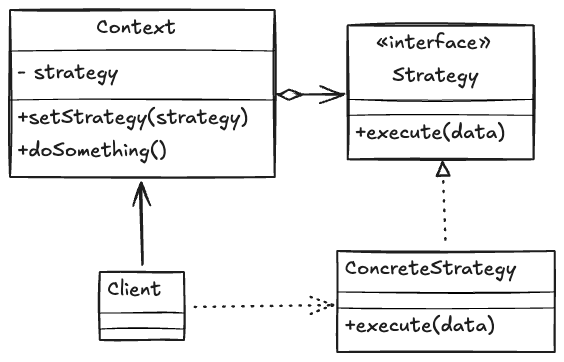
The Excalidraw diagram strategy.excalidraw.png in bjenning04/foam, before a commit. Source tidied: one line per element, renumbered; positions are measured from the earlier drawing's top-left corner, leaving out a move shared by most shapes.
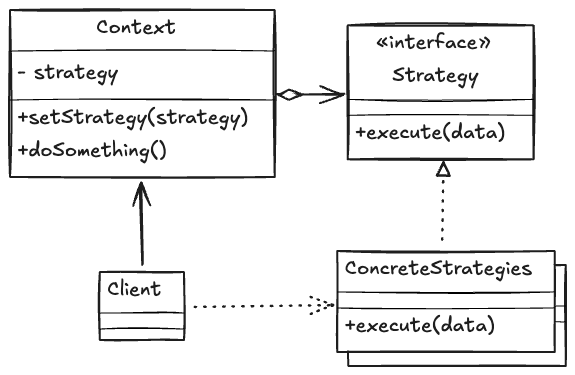
The same file after the commit.

Diff of the diagram source:
```diff
@@ -1,19 +1,24 @@
 {"id": 0, "type": "rectangle", "strokeColor": "#1e1e1e", "strokeWidth": 2, "roughness": 1, "x": 0, "y": 0, "width": 265, "height": 167}
 {"id": 1, "type": "rectangle", "strokeColor": "#1e1e1e", "strokeWidth": 2, "roughness": 1, "x": 338, "y": 15, "width": 186, "height": 134}
 {"id": 2, "type": "rectangle", "strokeColor": "#1e1e1e", "strokeWidth": 2, "roughness": 1, "x": 90, "y": 262, "width": 84, "height": 68}
+{"id": 26, "type": "rectangle", "strokeColor": "#1e1e1e", "strokeWidth": 2, "roughness": 1, "x": 338, "y": 255, "width": 217, "height": 101}
+{"id": 27, "type": "line", "strokeColor": "#000", "strokeWidth": 1, "roughness": 1, "x": 338, "y": 296, "width": 217, "height": 0, "points": [[0, 0], [217, 0]]}
+{"id": 28, "type": "line", "strokeColor": "#000", "strokeWidth": 1, "roughness": 1, "x": 338, "y": 312, "width": 217, "height": 0, "points": [[0, 0], [217, 0]]}
+{"id": 29, "type": "text", "text": "ConcreteStrategy", "strokeColor": "#1e1e1e", "strokeWidth": 2, "roughness": 1, "fontSize": 20, "fontFamily": 5, "verticalAlign": "middle", "x": 346, "y": 260, "width": 172, "height": 25}
+{"id": 30, "type": "text", "text": "+execute(data)", "strokeColor": "#1e1e1e", "strokeWidth": 2, "roughness": 1, "fontSize": 20, "fontFamily": 5, "verticalAlign": "middle", "x": 346, "y": 317, "width": 150, "height": 25}
-{"id": 3, "type": "rectangle", "strokeColor": "#1e1e1e", "strokeWidth": 2, "roughness": 1, "x": 327, "y": 241, "width": 217, "height": 101}
+{"id": 3, "type": "rectangle", "strokeColor": "#1e1e1e", "backgroundColor": "#ffffff", "fillStyle": "solid", "strokeWidth": 2, "roughness": 1, "x": 327, "y": 241, "width": 217, "height": 101}
 {"id": 4, "type": "line", "strokeColor": "#000", "strokeWidth": 1, "roughness": 1, "x": 0, "y": 41, "width": 265, "height": 0, "points": [[0, 0], [265, 0]]}
 {"id": 5, "type": "line", "strokeColor": "#000", "strokeWidth": 1, "roughness": 1, "x": 0, "y": 90, "width": 265, "height": 0, "points": [[0, 0], [265, 0]]}
 {"id": 6, "type": "line", "strokeColor": "#000", "strokeWidth": 1, "roughness": 1, "x": 338, "y": 89, "width": 186, "height": 0, "points": [[0, 0], [186, 0]]}
 {"id": 7, "type": "line", "strokeColor": "#000", "strokeWidth": 1, "roughness": 1, "x": 338, "y": 105, "width": 186, "height": 0, "points": [[0, 0], [186, 0]]}
 {"id": 8, "type": "line", "strokeColor": "#000", "strokeWidth": 1, "roughness": 1, "x": 90, "y": 303, "width": 84, "height": 0, "points": [[0, 0], [84, 0]]}
 {"id": 9, "type": "line", "strokeColor": "#000", "strokeWidth": 1, "roughness": 1, "x": 90, "y": 319, "width": 84, "height": 0, "points": [[0, 0], [84, 0]]}
-{"id": 10, "type": "line", "strokeColor": "#000", "strokeWidth": 1, "roughness": 1, "x": 327, "y": 282, "width": 217, "height": 0, "points": [[0, 0], [217, 0]]}
+{"id": 10, "type": "line", "strokeColor": "#000", "backgroundColor": "#ffffff", "fillStyle": "solid", "strokeWidth": 1, "roughness": 1, "x": 327, "y": 282, "width": 217, "height": 0, "points": [[0, 0], [217, 0]]}
-{"id": 11, "type": "line", "strokeColor": "#000", "strokeWidth": 1, "roughness": 1, "x": 327, "y": 298, "width": 217, "height": 0, "points": [[0, 0], [217, 0]]}
+{"id": 11, "type": "line", "strokeColor": "#000", "backgroundColor": "#ffffff", "fillStyle": "solid", "strokeWidth": 1, "roughness": 1, "x": 327, "y": 298, "width": 217, "height": 0, "points": [[0, 0], [217, 0]]}
 {"id": 12, "type": "arrow", "strokeColor": "#1e1e1e", "strokeWidth": 2, "roughness": 1, "startArrowhead": "diamond_outline", "endArrowhead": "arrow", "round": true, "from": 0, "to": 1, "x": 268, "y": 85, "width": 67, "height": 0, "points": [[0, 0], [67, 0]]}
 {"id": 13, "type": "arrow", "strokeColor": "#1e1e1e", "strokeWidth": 2, "roughness": 1, "startArrowhead": "arrow", "round": true, "from": 0, "to": 23, "x": 131, "y": 173, "width": 1, "height": 81, "points": [[0, 0], [1, 81]]}
 {"id": 14, "type": "arrow", "strokeColor": "#1e1e1e", "strokeWidth": 2, "strokeStyle": "dotted", "roughness": 1, "endArrowhead": "arrow", "round": true, "from": 2, "to": 25, "x": 184, "y": 297, "width": 140, "height": 2, "points": [[0, 0], [140, -2]]}
-{"id": 15, "type": "arrow", "strokeColor": "#1e1e1e", "strokeWidth": 2, "strokeStyle": "dotted", "roughness": 1, "startArrowhead": "triangle_outline", "round": true, "from": 1, "to": 24, "x": 433, "y": 153, "width": 3, "height": 83, "points": [[0, 0], [3, 83]]}
+{"id": 15, "type": "arrow", "strokeColor": "#1e1e1e", "strokeWidth": 2, "strokeStyle": "dotted", "roughness": 1, "startArrowhead": "triangle_outline", "round": true, "from": 1, "to": 3, "x": 433, "y": 153, "width": 1, "height": 76, "points": [[0, 0], [-1, 76]]}
 {"id": 16, "type": "text", "text": "Context", "strokeColor": "#1e1e1e", "strokeWidth": 2, "roughness": 1, "fontSize": 20, "fontFamily": 5, "verticalAlign": "middle", "x": 86, "y": 5, "width": 80, "height": 25}
 {"id": 17, "type": "text", "text": "- strategy", "strokeColor": "#1e1e1e", "strokeWidth": 2, "roughness": 1, "fontSize": 20, "fontFamily": 5, "verticalAlign": "middle", "x": 8, "y": 50, "width": 101, "height": 25}
 {"id": 18, "type": "text", "text": "+setStrategy(strategy)", "strokeColor": "#1e1e1e", "strokeWidth": 2, "roughness": 1, "fontSize": 20, "fontFamily": 5, "verticalAlign": "middle", "x": 8, "y": 95, "width": 231, "height": 25}
@@ -22,5 +27,5 @@
 {"id": 21, "type": "text", "text": "Strategy", "strokeColor": "#1e1e1e", "strokeWidth": 2, "roughness": 1, "fontSize": 20, "fontFamily": 5, "verticalAlign": "middle", "x": 383, "y": 53, "width": 86, "height": 25}
 {"id": 22, "type": "text", "text": "+execute(data)", "strokeColor": "#1e1e1e", "strokeWidth": 2, "roughness": 1, "fontSize": 20, "fontFamily": 5, "verticalAlign": "middle", "x": 345, "y": 110, "width": 150, "height": 25}
 {"id": 23, "type": "text", "text": "Client", "strokeColor": "#1e1e1e", "strokeWidth": 2, "roughness": 1, "fontSize": 20, "fontFamily": 5, "verticalAlign": "middle", "x": 97, "y": 267, "width": 54, "height": 25}
-{"id": 24, "type": "text", "text": "ConcreteStrategy", "strokeColor": "#1e1e1e", "strokeWidth": 2, "roughness": 1, "fontSize": 20, "fontFamily": 5, "verticalAlign": "middle", "x": 335, "y": 246, "width": 172, "height": 25}
+{"id": 24, "type": "text", "text": "ConcreteStrategies", "strokeColor": "#1e1e1e", "backgroundColor": "#ffffff", "fillStyle": "solid", "strokeWidth": 2, "roughness": 1, "fontSize": 20, "fontFamily": 5, "verticalAlign": "middle", "x": 335, "y": 246, "width": 187, "height": 25}
-{"id": 25, "type": "text", "text": "+execute(data)", "strokeColor": "#1e1e1e", "strokeWidth": 2, "roughness": 1, "fontSize": 20, "fontFamily": 5, "verticalAlign": "middle", "x": 335, "y": 303, "width": 150, "height": 25}
+{"id": 25, "type": "text", "text": "+execute(data)", "strokeColor": "#1e1e1e", "backgroundColor": "#ffffff", "fillStyle": "solid", "strokeWidth": 2, "roughness": 1, "fontSize": 20, "fontFamily": 5, "verticalAlign": "middle", "x": 335, "y": 303, "width": 150, "height": 25}
```
